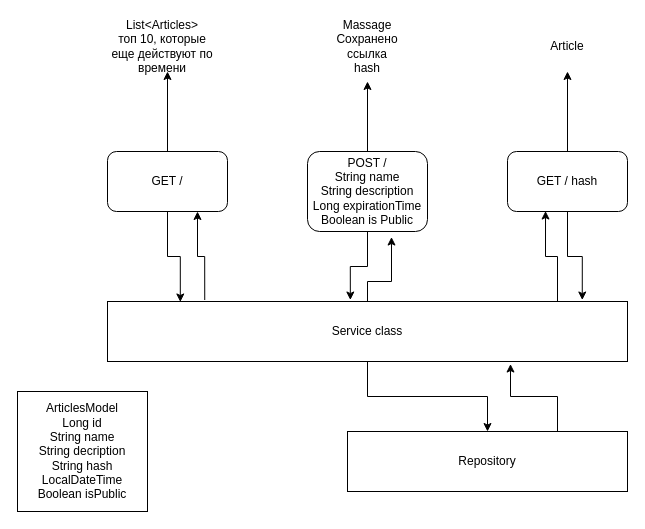
Earlier version of the draw.io diagram src/main/resources/Диаграмма без названия.drawio (IvanBely/Articles). Source tidied: cells renumbered, new cells numbered last; positions are measured from the earlier drawing's top-left corner, leaving out a move shared by most shapes. Both pictures are drawn from the tidied source at 100%, with x=0, y=0 at pixel (17, 31).
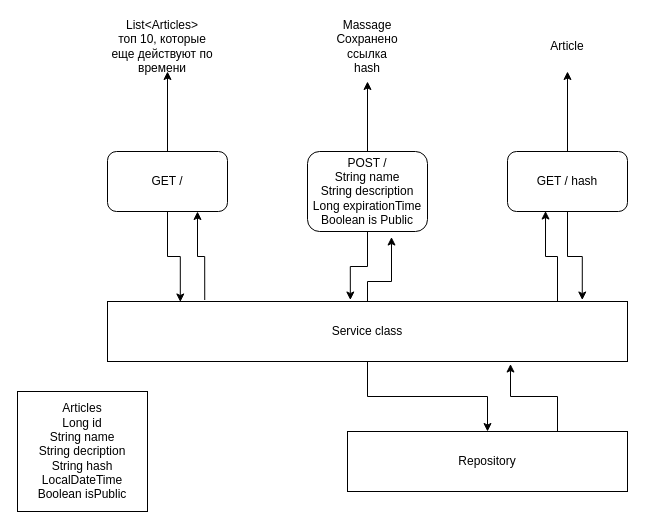
Above is the later version.

The edit, as a diff of the source:
```diff
@@
-    <mxCell id="20" value="ArticlesModel&lt;div&gt;Long id&lt;/div&gt;&lt;div&gt;String name&lt;/div&gt;&lt;div&gt;String decription&lt;/div&gt;&lt;div&gt;String hash&lt;/div&gt;&lt;div&gt;LocalDateTime&lt;/div&gt;&lt;div&gt;Boolean isPublic&lt;/div&gt;" style="rounded=0;whiteSpace=wrap;html=1;" parent="1" vertex="1">
+    <mxCell id="20" value="Articles&lt;div&gt;Long id&lt;/div&gt;&lt;div&gt;String name&lt;/div&gt;&lt;div&gt;String decription&lt;/div&gt;&lt;div&gt;String hash&lt;/div&gt;&lt;div&gt;LocalDateTime&lt;/div&gt;&lt;div&gt;Boolean isPublic&lt;/div&gt;" style="rounded=0;whiteSpace=wrap;html=1;" parent="1" vertex="1">
       <mxGeometry y="360" width="130" height="120" as="geometry" />
     </mxCell>
```
